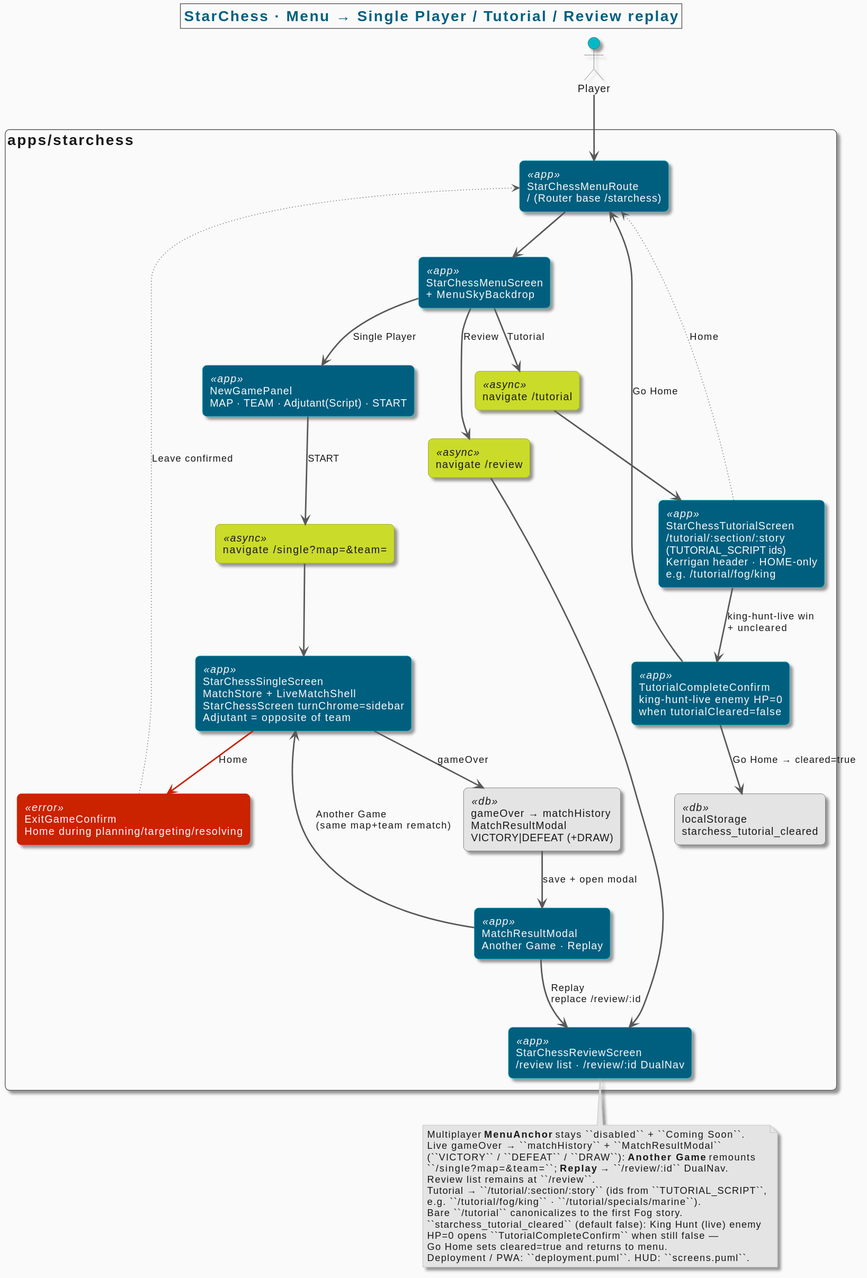
The PlantUML diagram _spec/apps/starchess/menu-flow.svg in proveo-ca/chess-coach, before a commit.
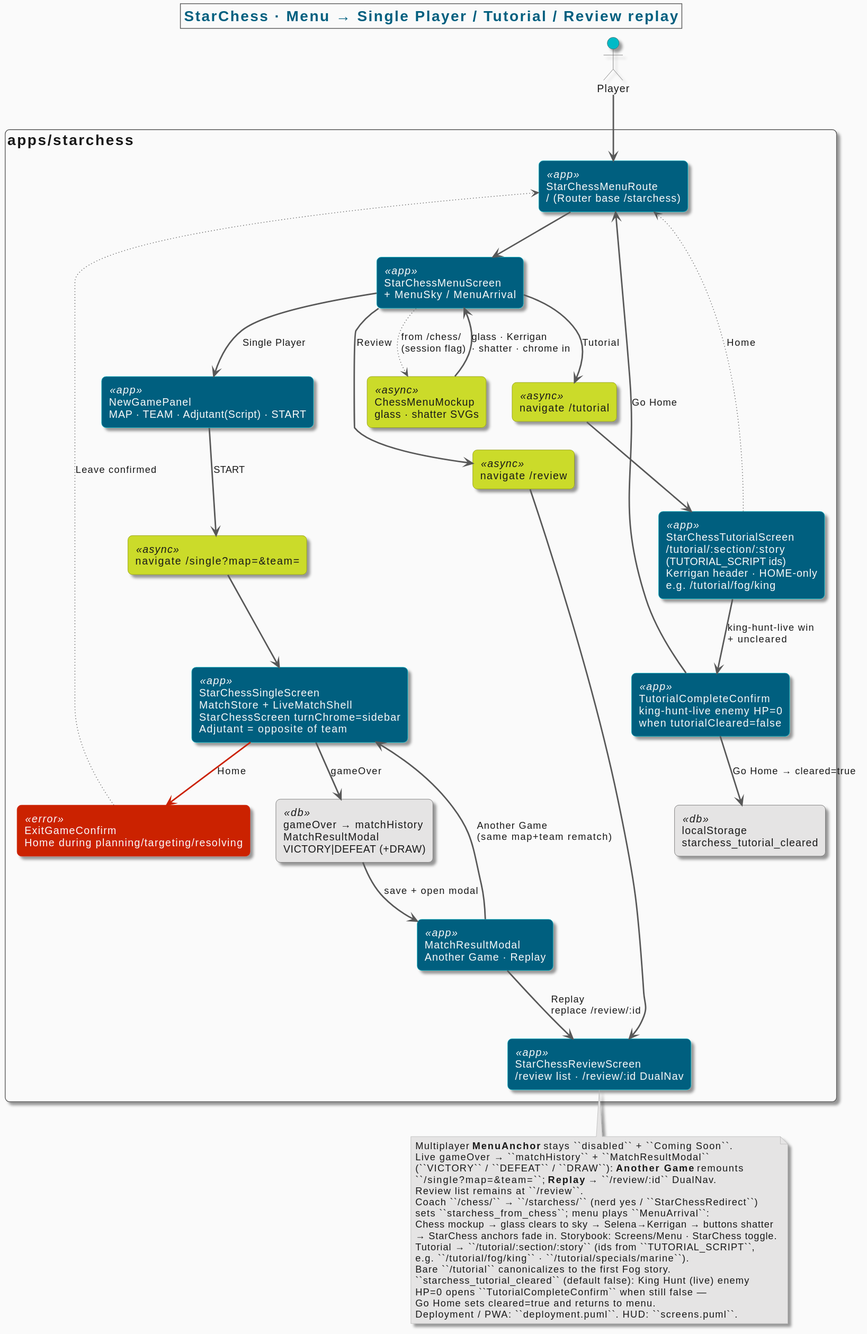
After the change.

Change to the diagram source:
```diff
@@ -10,7 +10,8 @@
 
 package "apps/starchess" {
   component "StarChessMenuRoute\n/ (Router base /starchess)" as MENU <<app>>
-  component "StarChessMenuScreen\n+ MenuSkyBackdrop" as UI <<app>>
+  component "StarChessMenuScreen\n+ MenuSky / MenuArrival" as UI <<app>>
+  component "ChessMenuMockup\nglass · shatter SVGs" as MOCK <<async>>
   component "NewGamePanel\nMAP · TEAM · Adjutant(Script) · START" as SETUP <<app>>
   component "navigate /single?map=&team=" as NAV <<async>>
   component "navigate /tutorial" as NAVT <<async>>
@@ -27,6 +28,8 @@
 
 Player ARROW_MAIN MENU
 MENU ARROW_MAIN UI
+UI ARROW_OPTIONAL MOCK : from /chess/\n(session flag)
+MOCK ARROW_MAIN UI : glass · Kerrigan\n· shatter · chrome in
 UI ARROW_MAIN SETUP : Single Player
 SETUP ARROW_MAIN NAV : START
 NAV ARROW_MAIN LIVE
@@ -51,6 +54,10 @@
   (``VICTORY`` / ``DEFEAT`` / ``DRAW``): **Another Game** remounts
   ``/single?map=&team=``; **Replay** → ``/review/:id`` DualNav.
   Review list remains at ``/review``.
+  Coach ``/chess/`` → ``/starchess/`` (nerd yes / ``StarChessRedirect``)
+  sets ``starchess_from_chess``; menu plays ``MenuArrival``:
+  Chess mockup → glass clears to sky → Selena→Kerrigan → buttons shatter
+  → StarChess anchors fade in. Storybook: Screens/Menu · StarChess toggle.
   Tutorial → ``/tutorial/:section/:story`` (ids from ``TUTORIAL_SCRIPT``,
   e.g. ``/tutorial/fog/king`` · ``/tutorial/specials/marine``).
   Bare ``/tutorial`` canonicalizes to the first Fog story.
```
